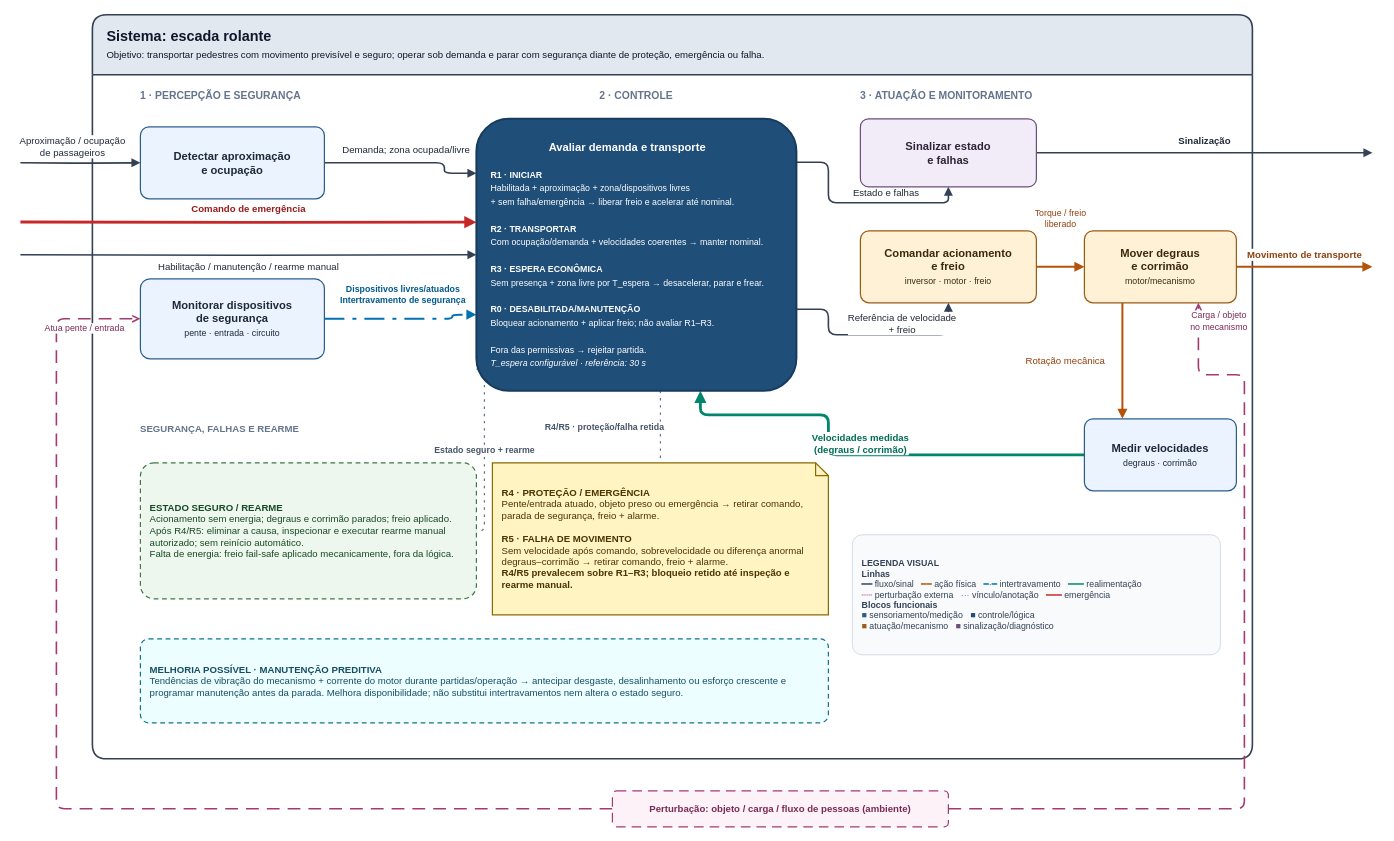
Before: atividades/TP01-fundamentos/escada-rolante/diagrama.drawio in MarceloMarcolino/USJT-2026.2-Sistemas-Automatizados, a draw.io diagram. Source tidied: cells renumbered, new cells numbered last; positions are measured from the earlier drawing's top-left corner, leaving out a move shared by most shapes. Both pictures are drawn from the tidied source at 80%, with x=0, y=0 at pixel (20, 14).
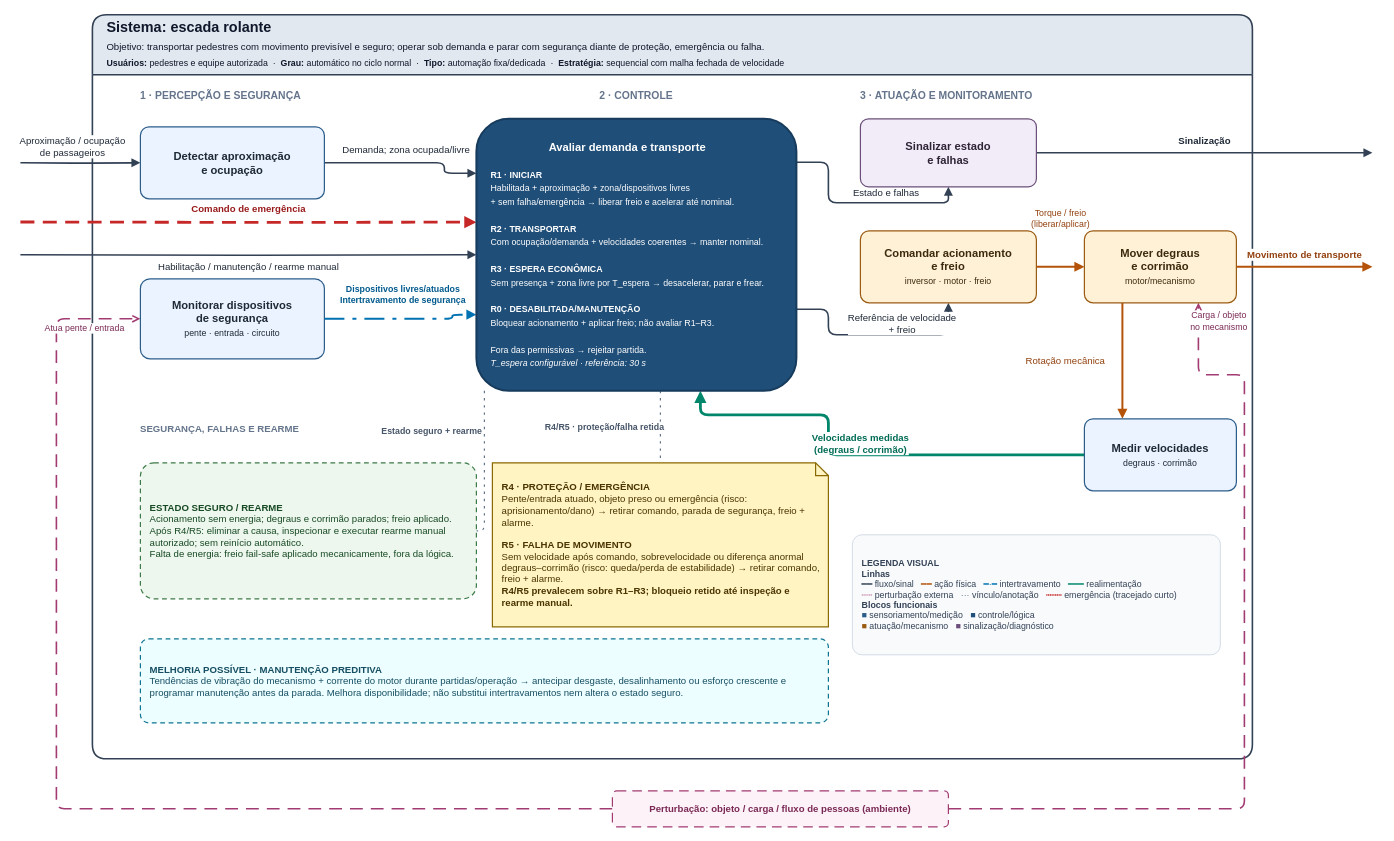
After the change.

Unchanged cells that the change refers to:
```xml
<mxCell id="25" value="&lt;div style=&quot;text-align:center&quot;&gt;&lt;b&gt;Avaliar demanda e transporte&lt;/b&gt;&lt;/div&gt;&lt;br&gt;&lt;font style=&quot;font-size:11px&quot;&gt;&lt;b&gt;R1 · INICIAR&lt;/b&gt;&lt;br&gt;Habilitada + aproximação + zona/dispositivos livres&lt;br&gt;+ sem falha/emergência → liberar freio e acelerar até nominal.&lt;br&gt;&lt;br&gt;&lt;b&gt;R2 · TRANSPORTAR&lt;/b&gt;&lt;br&gt;Com ocupação/demanda + velocidades coerentes → manter nominal.&lt;br&gt;&lt;br&gt;&lt;b&gt;R3 · ESPERA ECONÔMICA&lt;/b&gt;&lt;br&gt;Sem presença + zona livre por T_espera → desacelerar, parar e frear.&lt;br&gt;&lt;br&gt;&lt;b&gt;R0 · DESABILITADA/MANUTENÇÃO&lt;/b&gt;&lt;br&gt;Bloquear acionamento + aplicar freio; não avaliar R1–R3.&lt;br&gt;&lt;br&gt;Fora das permissivas → rejeitar partida.&lt;br&gt;&lt;i&gt;T_espera configurável · referência: 30 s&lt;/i&gt;&lt;/font&gt;" style="rounded=1;arcSize=12;whiteSpace=wrap;html=1;fillColor=#1F4E79;strokeColor=#173B5C;strokeWidth=2.5;fontFamily=Helvetica;fontSize=14;fontColor=#FFFFFF;align=left;verticalAlign=middle;spacing=18;shadow=0;" parent="1" vertex="1">
  <mxGeometry x="570" y="130" width="400" height="340" as="geometry" />
</mxCell>
<mxCell id="27" value="Comandar acionamento&lt;br&gt;e freio&lt;br&gt;&lt;font style=&quot;font-size:11px;font-weight:normal&quot;&gt;inversor · motor · freio&lt;/font&gt;" style="rounded=1;arcSize=12;whiteSpace=wrap;html=1;fillColor=#FFF1D6;strokeColor=#9A5B13;strokeWidth=1.5;fontFamily=Helvetica;fontSize=14;fontStyle=1;fontColor=#3D2A0D;spacing=10;shadow=0;" parent="1" vertex="1">
  <mxGeometry x="1050" y="270" width="220" height="90" as="geometry" />
</mxCell>
<mxCell id="28" value="Mover degraus&lt;br&gt;e corrimão&lt;br&gt;&lt;font style=&quot;font-size:11px;font-weight:normal&quot;&gt;motor/mecanismo&lt;/font&gt;" style="rounded=1;arcSize=12;whiteSpace=wrap;html=1;fillColor=#FFF1D6;strokeColor=#9A5B13;strokeWidth=1.5;fontFamily=Helvetica;fontSize=14;fontStyle=1;fontColor=#3D2A0D;spacing=10;shadow=0;" parent="1" vertex="1">
  <mxGeometry x="1330" y="270" width="190" height="90" as="geometry" />
</mxCell>
<mxCell id="30" value="&lt;b&gt;ESTADO SEGURO / REARME&lt;/b&gt;&lt;br&gt;Acionamento sem energia; degraus e corrimão parados; freio aplicado.&lt;br&gt;Após R4/R5: eliminar a causa, inspecionar e executar rearme manual autorizado; sem reinício automático.&lt;br&gt;Falta de energia: freio fail-safe aplicado mecanicamente, fora da lógica." style="rounded=1;arcSize=10;whiteSpace=wrap;html=1;fillColor=#EEF7EE;strokeColor=#3C7A47;strokeWidth=1.5;dashed=1;dashPattern=4 3;fontFamily=Helvetica;fontSize=12;fontColor=#174A24;align=left;verticalAlign=middle;spacing=12;shadow=0;" parent="1" vertex="1">
  <mxGeometry x="150" y="560" width="420" height="170" as="geometry" />
</mxCell>
```

Change to the diagram source:
```diff
@@
-    <mxCell id="2" value="&lt;b&gt;Sistema: escada rolante&lt;/b&gt;&lt;br&gt;&lt;font style=&quot;font-size:12px;font-weight:normal&quot;&gt;Objetivo: transportar pedestres com movimento previsível e seguro; operar sob demanda e parar com segurança diante de proteção, emergência ou falha.&lt;/font&gt;" style="swimlane;horizontal=1;startSize=75;rounded=1;arcSize=8;html=1;fillColor=#E2E8F0;swimlaneFillColor=#FFFFFF;strokeColor=#334155;strokeWidth=2;fontFamily=Helvetica;fontSize=18;fontStyle=1;fontColor=#0F172A;align=left;verticalAlign=middle;spacingLeft=16;" parent="1" vertex="1">
+    <mxCell id="2" value="&lt;b&gt;Sistema: escada rolante&lt;/b&gt;&lt;br&gt;&lt;font style=&quot;font-size:12px;font-weight:normal&quot;&gt;Objetivo: transportar pedestres com movimento previsível e seguro; operar sob demanda e parar com segurança diante de proteção, emergência ou falha.&lt;/font&gt;&lt;br&gt;&lt;font style=&quot;font-size:11px;font-weight:normal&quot;&gt;&lt;b&gt;Usuários:&lt;/b&gt; pedestres e equipe autorizada &amp;nbsp;·&amp;nbsp; &lt;b&gt;Grau:&lt;/b&gt; automático no ciclo normal &amp;nbsp;·&amp;nbsp; &lt;b&gt;Tipo:&lt;/b&gt; automação fixa/dedicada &amp;nbsp;·&amp;nbsp; &lt;b&gt;Estratégia:&lt;/b&gt; sequencial com malha fechada de velocidade&lt;/font&gt;" style="swimlane;horizontal=1;startSize=75;rounded=1;arcSize=8;html=1;fillColor=#E2E8F0;swimlaneFillColor=#FFFFFF;strokeColor=#334155;strokeWidth=2;fontFamily=Helvetica;fontSize=18;fontStyle=1;fontColor=#0F172A;align=left;verticalAlign=middle;spacingLeft=16;" parent="1" vertex="1">
       <mxGeometry x="90" width="1450" height="930" as="geometry" />
     </mxCell>
@@
-    <mxCell id="6" value="Comando de emergência" style="edgeStyle=orthogonalEdgeStyle;rounded=1;jettySize=auto;html=1;entryX=0;entryY=0.38;entryDx=0;entryDy=0;endArrow=block;endFill=1;strokeColor=#C62828;strokeWidth=3.5;fontFamily=Helvetica;fontSize=12;fontStyle=1;fontColor=#991B1B;labelBackgroundColor=#FFFFFF;" parent="1" edge="1" target="25">
+    <mxCell id="6" value="Comando de emergência" style="edgeStyle=orthogonalEdgeStyle;rounded=1;jettySize=auto;html=1;entryX=0;entryY=0.38;entryDx=0;entryDy=0;dashed=1;dashPattern=5 3;endArrow=block;endFill=1;strokeColor=#C62828;strokeWidth=3.5;fontFamily=Helvetica;fontSize=12;fontStyle=1;fontColor=#991B1B;labelBackgroundColor=#FFFFFF;" parent="1" edge="1" target="25">
       <mxGeometry relative="1" as="geometry">
         <mxPoint y="259" as="sourcePoint" />
         <mxPoint y="-16" as="offset" />
       </mxGeometry>
     </mxCell>
@@
-    <mxCell id="10" value="Torque / freio&lt;br&gt;liberado" style="edgeStyle=orthogonalEdgeStyle;rounded=1;jettySize=auto;html=1;exitX=1;exitY=0.5;exitDx=0;exitDy=0;entryX=0;entryY=0.5;entryDx=0;entryDy=0;endArrow=block;endFill=1;strokeColor=#B45309;strokeWidth=2.5;fontFamily=Helvetica;fontSize=11;fontColor=#92400E;labelBackgroundColor=#FFFFFF;" parent="1" edge="1" source="27" target="28">
+    <mxCell id="10" value="Torque / freio&lt;br&gt;(liberar/aplicar)" style="edgeStyle=orthogonalEdgeStyle;rounded=1;jettySize=auto;html=1;exitX=1;exitY=0.5;exitDx=0;exitDy=0;entryX=0;entryY=0.5;entryDx=0;entryDy=0;endArrow=block;endFill=1;strokeColor=#B45309;strokeWidth=2.5;fontFamily=Helvetica;fontSize=11;fontColor=#92400E;labelBackgroundColor=#FFFFFF;" parent="1" edge="1" source="27" target="28">
       <mxGeometry relative="1" as="geometry">
         <mxPoint y="-60" as="offset" />
       </mxGeometry>
     </mxCell>
@@
-    <mxCell id="18" value="Estado seguro + rearme" style="edgeStyle=orthogonalEdgeStyle;rounded=1;jettySize=auto;html=1;exitX=0;exitY=0.92;exitDx=0;exitDy=0;entryX=1;entryY=0.5;entryDx=0;entryDy=0;dashed=1;dashPattern=2 4;endArrow=none;strokeColor=#64748B;strokeWidth=1.5;fontFamily=Helvetica;fontSize=11;fontStyle=1;fontColor=#475569;labelBackgroundColor=#FFFFFF;" parent="1" edge="1" source="25" target="30">
-      <mxGeometry relative="1" as="geometry">
+    <mxCell id="18" value="Estado seguro + rearme" style="edgeStyle=orthogonalEdgeStyle;rounded=1;jettySize=auto;html=1;exitX=0.025;exitY=1;exitDx=0;exitDy=0;entryX=1;entryY=0.5;entryDx=0;entryDy=0;dashed=1;dashPattern=2 4;endArrow=none;strokeColor=#64748B;strokeWidth=1.5;fontFamily=Helvetica;fontSize=11;fontStyle=1;fontColor=#475569;labelBackgroundColor=#FFFFFF;" parent="1" edge="1" source="25" target="30">
+      <mxGeometry x="-0.45" y="-16" relative="1" as="geometry">
         <Array as="points">
-          <mxPoint x="580" y="443" />
+          <mxPoint x="580" y="520" />
           <mxPoint x="580" y="645" />
         </Array>
+        <mxPoint x="-50" as="offset" />
       </mxGeometry>
     </mxCell>
@@
-    <mxCell id="31" value="&lt;b&gt;R4 · PROTEÇÃO / EMERGÊNCIA&lt;/b&gt;&lt;br&gt;Pente/entrada atuado, objeto preso ou emergência → retirar comando, parada de segurança, freio + alarme.&lt;br&gt;&lt;br&gt;&lt;b&gt;R5 · FALHA DE MOVIMENTO&lt;/b&gt;&lt;br&gt;Sem velocidade após comando, sobrevelocidade ou diferença anormal degraus–corrimão → retirar comando, freio + alarme.&lt;br&gt;&lt;b&gt;R4/R5 prevalecem sobre R1–R3; bloqueio retido até inspeção e rearme manual.&lt;/b&gt;" style="shape=note;whiteSpace=wrap;html=1;size=16;fillColor=#FFF4C2;strokeColor=#8A6A00;strokeWidth=1.5;fontFamily=Helvetica;fontSize=12;fontColor=#4A3400;align=left;verticalAlign=middle;spacing=12;shadow=0;" parent="1" vertex="1">
-      <mxGeometry x="590" y="560" width="420" height="190" as="geometry" />
+    <mxCell id="31" value="&lt;b&gt;R4 · PROTEÇÃO / EMERGÊNCIA&lt;/b&gt;&lt;br&gt;Pente/entrada atuado, objeto preso ou emergência (risco: aprisionamento/dano) → retirar comando, parada de segurança, freio + alarme.&lt;br&gt;&lt;br&gt;&lt;b&gt;R5 · FALHA DE MOVIMENTO&lt;/b&gt;&lt;br&gt;Sem velocidade após comando, sobrevelocidade ou diferença anormal degraus–corrimão (risco: queda/perda de estabilidade) → retirar comando, freio + alarme.&lt;br&gt;&lt;b&gt;R4/R5 prevalecem sobre R1–R3; bloqueio retido até inspeção e rearme manual.&lt;/b&gt;" style="shape=note;whiteSpace=wrap;html=1;size=16;fillColor=#FFF4C2;strokeColor=#8A6A00;strokeWidth=1.5;fontFamily=Helvetica;fontSize=12;fontColor=#4A3400;align=left;verticalAlign=middle;spacing=12;shadow=0;" parent="1" vertex="1">
+      <mxGeometry x="590" y="560" width="420" height="205" as="geometry" />
     </mxCell>
@@
-    <mxCell id="33" value="&lt;b&gt;LEGENDA VISUAL&lt;/b&gt;&lt;br&gt;&lt;b&gt;Linhas&lt;/b&gt;&lt;br&gt;&lt;font color=&quot;#334155&quot;&gt;━━&lt;/font&gt; fluxo/sinal&amp;nbsp;&amp;nbsp; &lt;font color=&quot;#B45309&quot;&gt;━━&lt;/font&gt; ação física&amp;nbsp;&amp;nbsp; &lt;font color=&quot;#0072B2&quot;&gt;━·━&lt;/font&gt; intertravamento&amp;nbsp;&amp;nbsp; &lt;font color=&quot;#00866A&quot;&gt;━━━&lt;/font&gt; realimentação&lt;br&gt;&lt;font color=&quot;#A23B72&quot;&gt;┄┄&lt;/font&gt; perturbação externa&amp;nbsp;&amp;nbsp; &lt;font color=&quot;#64748B&quot;&gt;···&lt;/font&gt; vínculo/anotação&amp;nbsp;&amp;nbsp; &lt;font color=&quot;#C62828&quot;&gt;━━━&lt;/font&gt; emergência&lt;br&gt;&lt;b&gt;Blocos funcionais&lt;/b&gt;&lt;br&gt;&lt;font color=&quot;#2C5D8A&quot;&gt;■&lt;/font&gt; sensoriamento/medição&amp;nbsp;&amp;nbsp; &lt;font color=&quot;#1F4E79&quot;&gt;■&lt;/font&gt; controle/lógica&lt;br&gt;&lt;font color=&quot;#9A5B13&quot;&gt;■&lt;/font&gt; atuação/mecanismo&amp;nbsp;&amp;nbsp; &lt;font color=&quot;#6B4F7A&quot;&gt;■&lt;/font&gt; sinalização/diagnóstico" style="rounded=1;arcSize=8;whiteSpace=wrap;html=1;fillColor=#F8FAFC;strokeColor=#CBD5E1;strokeWidth=1;fontFamily=Helvetica;fontSize=11;fontColor=#334155;align=left;verticalAlign=middle;spacing=12;shadow=0;" parent="1" vertex="1">
+    <mxCell id="33" value="&lt;b&gt;LEGENDA VISUAL&lt;/b&gt;&lt;br&gt;&lt;b&gt;Linhas&lt;/b&gt;&lt;br&gt;&lt;font color=&quot;#334155&quot;&gt;━━&lt;/font&gt; fluxo/sinal&amp;nbsp;&amp;nbsp; &lt;font color=&quot;#B45309&quot;&gt;━━&lt;/font&gt; ação física&amp;nbsp;&amp;nbsp; &lt;font color=&quot;#0072B2&quot;&gt;━·━&lt;/font&gt; intertravamento&amp;nbsp;&amp;nbsp; &lt;font color=&quot;#00866A&quot;&gt;━━━&lt;/font&gt; realimentação&lt;br&gt;&lt;font color=&quot;#A23B72&quot;&gt;┄┄&lt;/font&gt; perturbação externa&amp;nbsp;&amp;nbsp; &lt;font color=&quot;#64748B&quot;&gt;···&lt;/font&gt; vínculo/anotação&amp;nbsp;&amp;nbsp; &lt;font color=&quot;#C62828&quot;&gt;┅┅┅&lt;/font&gt; emergência (tracejado curto)&lt;br&gt;&lt;b&gt;Blocos funcionais&lt;/b&gt;&lt;br&gt;&lt;font color=&quot;#2C5D8A&quot;&gt;■&lt;/font&gt; sensoriamento/medição&amp;nbsp;&amp;nbsp; &lt;font color=&quot;#1F4E79&quot;&gt;■&lt;/font&gt; controle/lógica&lt;br&gt;&lt;font color=&quot;#9A5B13&quot;&gt;■&lt;/font&gt; atuação/mecanismo&amp;nbsp;&amp;nbsp; &lt;font color=&quot;#6B4F7A&quot;&gt;■&lt;/font&gt; sinalização/diagnóstico" style="rounded=1;arcSize=8;whiteSpace=wrap;html=1;fillColor=#F8FAFC;strokeColor=#CBD5E1;strokeWidth=1;fontFamily=Helvetica;fontSize=11;fontColor=#334155;align=left;verticalAlign=middle;spacing=12;shadow=0;" parent="1" vertex="1">
       <mxGeometry x="1040" y="650" width="460" height="150" as="geometry" />
     </mxCell>
```
